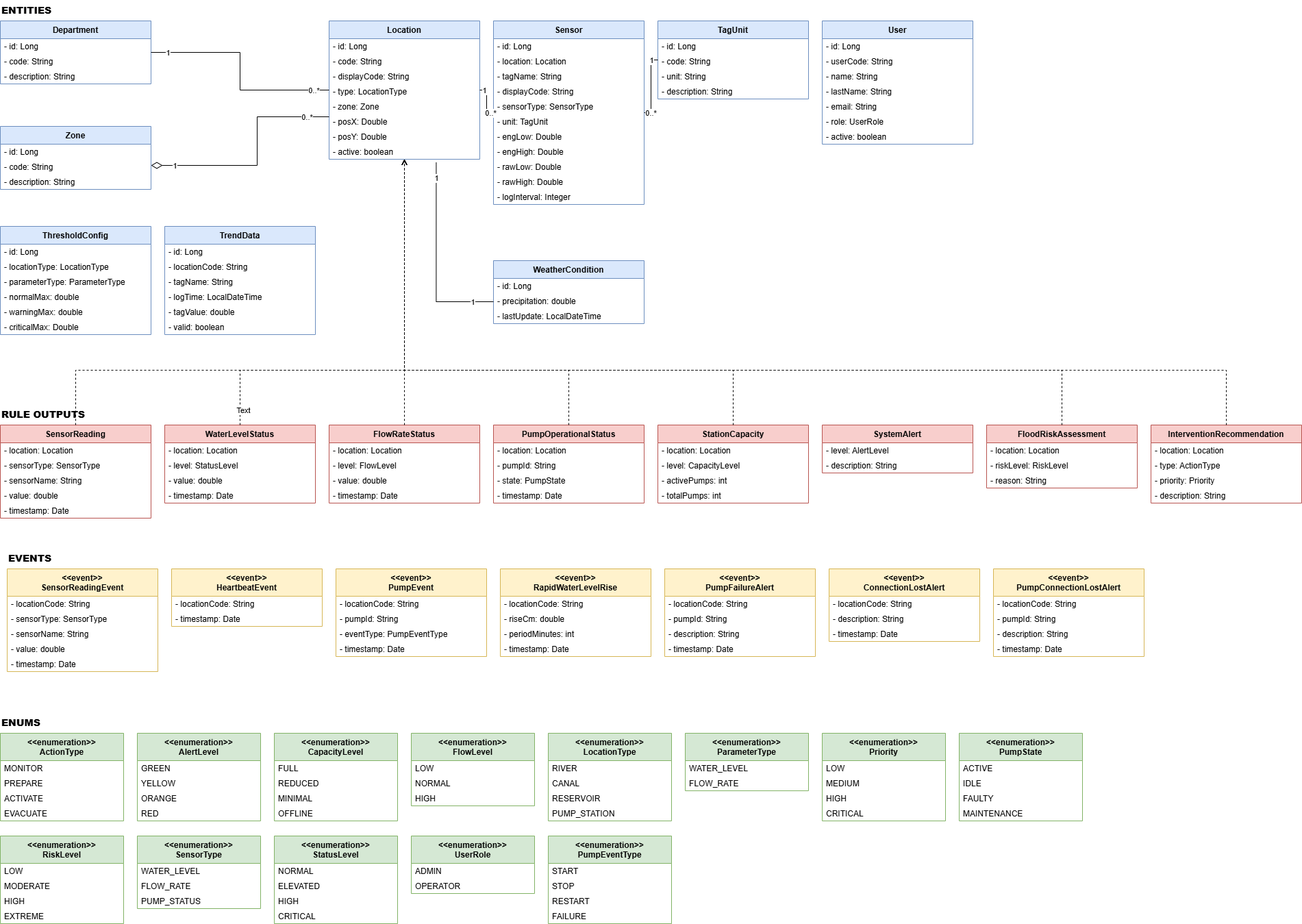
Above: klasniDijagram.png in Slaven1996/sbnz_projekat (draw.io), before the change. Source tidied: cells renumbered, new cells last; positions are measured from the earlier drawing's top-left corner, leaving out a move shared by most shapes.
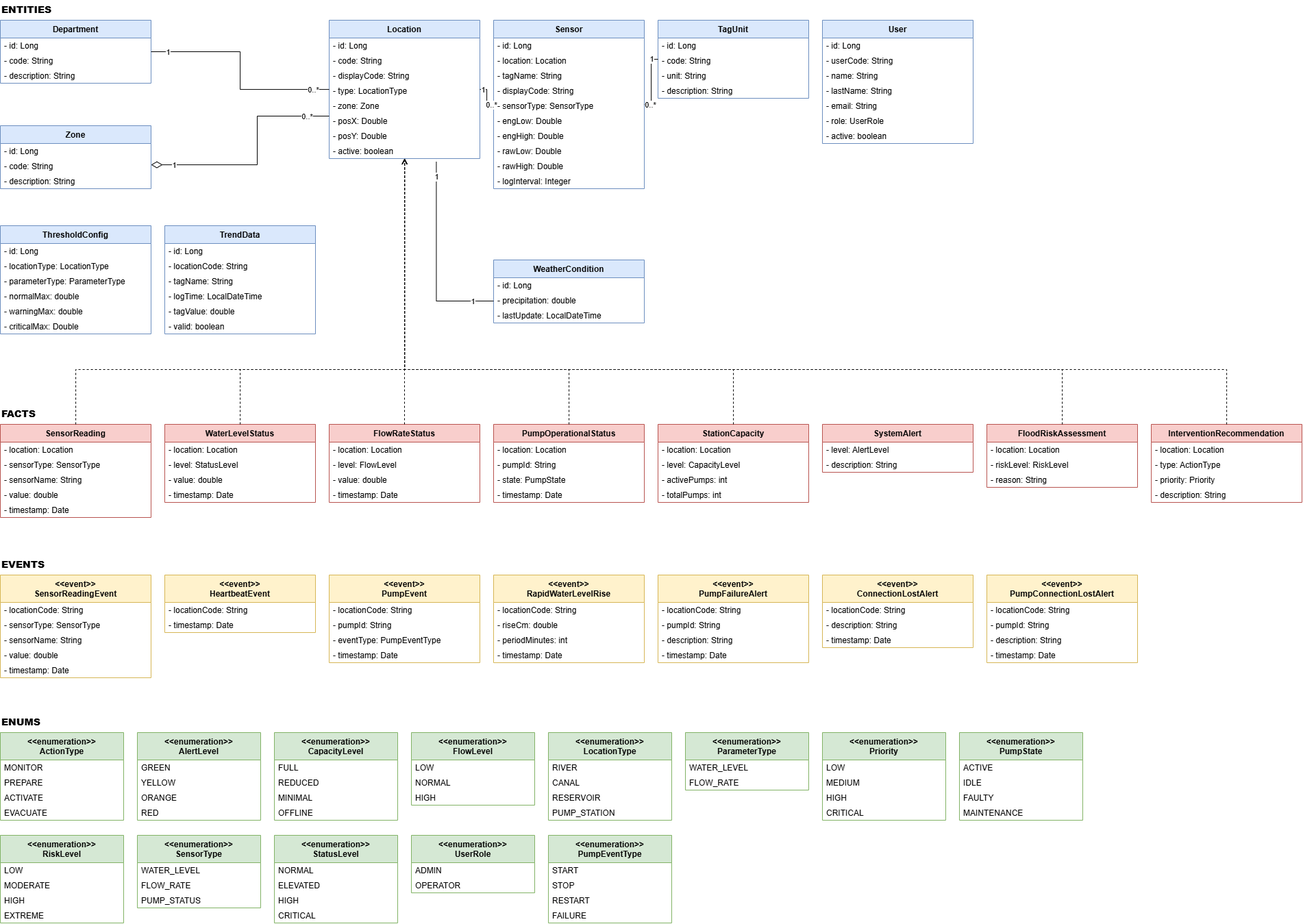
After the change.

Commit message:
class diagram small changes

Change to the diagram source:
```diff
@@ -57,7 +57,7 @@
       <mxGeometry y="180" width="220" height="22" as="geometry" />
     </mxCell>
     <mxCell id="20" value="Sensor" style="swimlane;fontStyle=1;align=center;verticalAlign=top;horizontal=1;startSize=26;fillColor=#dae8fc;strokeColor=#6c8ebf;" parent="1" vertex="1">
-      <mxGeometry x="720" y="30" width="220" height="268" as="geometry" />
+      <mxGeometry x="720" y="30" width="220" height="246" as="geometry" />
     </mxCell>
     <mxCell id="21" value="- id: Long" style="text;strokeColor=none;fillColor=none;align=left;verticalAlign=middle;spacingLeft=4;spacingRight=4;overflow=hidden;" parent="20" vertex="1">
       <mxGeometry y="26" width="220" height="22" as="geometry" />
@@ -74,23 +74,20 @@
     <mxCell id="25" value="- sensorType: SensorType" style="text;strokeColor=none;fillColor=none;align=left;verticalAlign=middle;spacingLeft=4;spacingRight=4;overflow=hidden;" parent="20" vertex="1">
       <mxGeometry y="114" width="220" height="22" as="geometry" />
     </mxCell>
-    <mxCell id="26" value="- unit: TagUnit" style="text;strokeColor=none;fillColor=none;align=left;verticalAlign=middle;spacingLeft=4;spacingRight=4;overflow=hidden;" parent="20" vertex="1">
-      <mxGeometry y="136" width="220" height="22" as="geometry" />
-    </mxCell>
     <mxCell id="27" value="- engLow: Double" style="text;strokeColor=none;fillColor=none;align=left;verticalAlign=middle;spacingLeft=4;spacingRight=4;overflow=hidden;" parent="20" vertex="1">
-      <mxGeometry y="158" width="220" height="22" as="geometry" />
+      <mxGeometry y="136" width="220" height="22" as="geometry" />
     </mxCell>
     <mxCell id="28" value="- engHigh: Double" style="text;strokeColor=none;fillColor=none;align=left;verticalAlign=middle;spacingLeft=4;spacingRight=4;overflow=hidden;" parent="20" vertex="1">
-      <mxGeometry y="180" width="220" height="22" as="geometry" />
+      <mxGeometry y="158" width="220" height="22" as="geometry" />
     </mxCell>
     <mxCell id="29" value="- rawLow: Double" style="text;strokeColor=none;fillColor=none;align=left;verticalAlign=middle;spacingLeft=4;spacingRight=4;overflow=hidden;" parent="20" vertex="1">
-      <mxGeometry y="202" width="220" height="22" as="geometry" />
+      <mxGeometry y="180" width="220" height="22" as="geometry" />
     </mxCell>
     <mxCell id="30" value="- rawHigh: Double" style="text;strokeColor=none;fillColor=none;align=left;verticalAlign=middle;spacingLeft=4;spacingRight=4;overflow=hidden;" parent="20" vertex="1">
-      <mxGeometry y="224" width="220" height="22" as="geometry" />
+      <mxGeometry y="202" width="220" height="22" as="geometry" />
     </mxCell>
     <mxCell id="31" value="- logInterval: Integer" style="text;strokeColor=none;fillColor=none;align=left;verticalAlign=middle;spacingLeft=4;spacingRight=4;overflow=hidden;" parent="20" vertex="1">
-      <mxGeometry y="246" width="220" height="22" as="geometry" />
+      <mxGeometry y="224" width="220" height="22" as="geometry" />
     </mxCell>
     <mxCell id="32" value="TagUnit" style="swimlane;fontStyle=1;align=center;verticalAlign=top;horizontal=1;startSize=26;fillColor=#dae8fc;strokeColor=#6c8ebf;" parent="1" vertex="1">
       <mxGeometry x="960" y="30" width="220" height="114" as="geometry" />
@@ -185,7 +182,7 @@
     <mxCell id="62" value="- valid: boolean" style="text;strokeColor=none;fillColor=none;align=left;verticalAlign=middle;spacingLeft=4;spacingRight=4;overflow=hidden;" parent="56" vertex="1">
       <mxGeometry y="136" width="220" height="22" as="geometry" />
     </mxCell>
-    <mxCell id="63" value="&lt;b&gt;RULE OUTPUTS&lt;/b&gt;" style="text;html=1;align=left;fontSize=14;fontStyle=1;" parent="1" vertex="1">
+    <mxCell id="63" value="&lt;b&gt;FACTS&lt;/b&gt;" style="text;html=1;align=left;fontSize=14;fontStyle=1;" parent="1" vertex="1">
       <mxGeometry y="590" width="500" height="20" as="geometry" />
     </mxCell>
     <mxCell id="64" value="SensorReading" style="swimlane;fontStyle=1;align=center;verticalAlign=top;horizontal=1;startSize=26;fillColor=#f8cecc;strokeColor=#b85450;" parent="1" vertex="1">
@@ -303,10 +300,10 @@
       <mxGeometry y="92" width="220" height="22" as="geometry" />
     </mxCell>
     <mxCell id="102" value="&lt;b&gt;EVENTS&lt;/b&gt;" style="text;html=1;align=left;fontSize=14;fontStyle=1;" parent="1" vertex="1">
-      <mxGeometry x="10" y="800" width="400" height="20" as="geometry" />
+      <mxGeometry y="810" width="400" height="20" as="geometry" />
     </mxCell>
     <mxCell id="103" value="&lt;&lt;event&gt;&gt;&#10;SensorReadingEvent" style="swimlane;fontStyle=1;align=center;verticalAlign=top;horizontal=1;startSize=40;fillColor=#fff2cc;strokeColor=#d6b656;" parent="1" vertex="1">
-      <mxGeometry x="10" y="830" width="220" height="150" as="geometry" />
+      <mxGeometry y="840" width="220" height="150" as="geometry" />
     </mxCell>
     <mxCell id="104" value="- locationCode: String" style="text;strokeColor=none;fillColor=none;align=left;verticalAlign=middle;spacingLeft=4;spacingRight=4;overflow=hidden;" parent="103" vertex="1">
       <mxGeometry y="40" width="220" height="22" as="geometry" />
@@ -324,7 +321,7 @@
       <mxGeometry y="128" width="220" height="22" as="geometry" />
     </mxCell>
     <mxCell id="109" value="&lt;&lt;event&gt;&gt;&#10;HeartbeatEvent" style="swimlane;fontStyle=1;align=center;verticalAlign=top;horizontal=1;startSize=40;fillColor=#fff2cc;strokeColor=#d6b656;" parent="1" vertex="1">
-      <mxGeometry x="250" y="830" width="220" height="84" as="geometry" />
+      <mxGeometry x="240" y="840" width="220" height="84" as="geometry" />
     </mxCell>
     <mxCell id="110" value="- locationCode: String" style="text;strokeColor=none;fillColor=none;align=left;verticalAlign=middle;spacingLeft=4;spacingRight=4;overflow=hidden;" parent="109" vertex="1">
       <mxGeometry y="40" width="220" height="22" as="geometry" />
@@ -333,7 +330,7 @@
       <mxGeometry y="62" width="220" height="22" as="geometry" />
     </mxCell>
     <mxCell id="112" value="&lt;&lt;event&gt;&gt;&#10;PumpEvent" style="swimlane;fontStyle=1;align=center;verticalAlign=top;horizontal=1;startSize=40;fillColor=#fff2cc;strokeColor=#d6b656;" parent="1" vertex="1">
-      <mxGeometry x="490" y="830" width="220" height="128" as="geometry" />
+      <mxGeometry x="480" y="840" width="220" height="128" as="geometry" />
     </mxCell>
     <mxCell id="113" value="- locationCode: String" style="text;strokeColor=none;fillColor=none;align=left;verticalAlign=middle;spacingLeft=4;spacingRight=4;overflow=hidden;" parent="112" vertex="1">
       <mxGeometry y="40" width="220" height="22" as="geometry" />
@@ -348,7 +345,7 @@
       <mxGeometry y="106" width="220" height="22" as="geometry" />
     </mxCell>
     <mxCell id="117" value="&lt;&lt;event&gt;&gt;&#10;RapidWaterLevelRise" style="swimlane;fontStyle=1;align=center;verticalAlign=top;horizontal=1;startSize=40;fillColor=#fff2cc;strokeColor=#d6b656;" parent="1" vertex="1">
-      <mxGeometry x="730" y="830" width="220" height="128" as="geometry" />
+      <mxGeometry x="720" y="840" width="220" height="128" as="geometry" />
     </mxCell>
     <mxCell id="118" value="- locationCode: String" style="text;strokeColor=none;fillColor=none;align=left;verticalAlign=middle;spacingLeft=4;spacingRight=4;overflow=hidden;" parent="117" vertex="1">
       <mxGeometry y="40" width="220" height="22" as="geometry" />
@@ -363,7 +360,7 @@
       <mxGeometry y="106" width="220" height="22" as="geometry" />
     </mxCell>
     <mxCell id="122" value="&lt;&lt;event&gt;&gt;&#10;PumpFailureAlert" style="swimlane;fontStyle=1;align=center;verticalAlign=top;horizontal=1;startSize=40;fillColor=#fff2cc;strokeColor=#d6b656;" parent="1" vertex="1">
-      <mxGeometry x="970" y="830" width="220" height="128" as="geometry" />
+      <mxGeometry x="960" y="840" width="220" height="128" as="geometry" />
     </mxCell>
     <mxCell id="123" value="- locationCode: String" style="text;strokeColor=none;fillColor=none;align=left;verticalAlign=middle;spacingLeft=4;spacingRight=4;overflow=hidden;" parent="122" vertex="1">
       <mxGeometry y="40" width="220" height="22" as="geometry" />
@@ -378,7 +375,7 @@
       <mxGeometry y="106" width="220" height="22" as="geometry" />
     </mxCell>
     <mxCell id="127" value="&lt;&lt;event&gt;&gt;&#10;ConnectionLostAlert" style="swimlane;fontStyle=1;align=center;verticalAlign=top;horizontal=1;startSize=40;fillColor=#fff2cc;strokeColor=#d6b656;" parent="1" vertex="1">
-      <mxGeometry x="1210" y="830" width="220" height="106" as="geometry" />
+      <mxGeometry x="1200" y="840" width="220" height="106" as="geometry" />
     </mxCell>
     <mxCell id="128" value="- locationCode: String" style="text;strokeColor=none;fillColor=none;align=left;verticalAlign=middle;spacingLeft=4;spacingRight=4;overflow=hidden;" parent="127" vertex="1">
       <mxGeometry y="40" width="220" height="22" as="geometry" />
@@ -390,7 +387,7 @@
       <mxGeometry y="84" width="220" height="22" as="geometry" />
     </mxCell>
     <mxCell id="131" value="&lt;&lt;event&gt;&gt;&#10;PumpConnectionLostAlert" style="swimlane;fontStyle=1;align=center;verticalAlign=top;horizontal=1;startSize=40;fillColor=#fff2cc;strokeColor=#d6b656;" parent="1" vertex="1">
-      <mxGeometry x="1450" y="830" width="220" height="128" as="geometry" />
+      <mxGeometry x="1440" y="840" width="220" height="128" as="geometry" />
     </mxCell>
     <mxCell id="132" value="- locationCode: String" style="text;strokeColor=none;fillColor=none;align=left;verticalAlign=middle;spacingLeft=4;spacingRight=4;overflow=hidden;" parent="131" vertex="1">
       <mxGeometry y="40" width="220" height="22" as="geometry" />
@@ -641,9 +638,6 @@
         </Array>
       </mxGeometry>
     </mxCell>
-    <mxCell id="210" value="Text" style="edgeLabel;html=1;align=center;verticalAlign=middle;" parent="209" vertex="1">
-      <mxGeometry x="-0.93" y="-4" relative="1" as="geometry" />
-    </mxCell>
     <mxCell id="211" style="endArrow=open;endFill=0;html=1;dashed=1;edgeStyle=orthogonalEdgeStyle;rounded=0;" parent="1" edge="1" source="75" target="11">
       <mxGeometry relative="1" as="geometry" />
     </mxCell>
```
